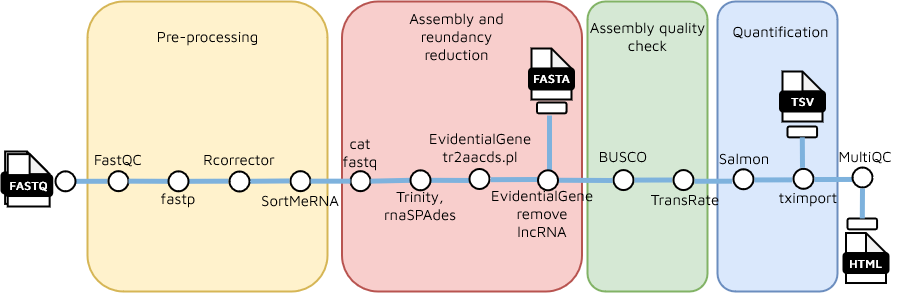
Before: docs/images/nf-core-pipeline-proposal.drawio.png, a diagram exported from draw.io (avani-bhojwani/TransFuse). Source tidied: cells renumbered, new cells last; positions are measured from the earlier drawing's top-left corner, leaving out a move shared by most shapes.
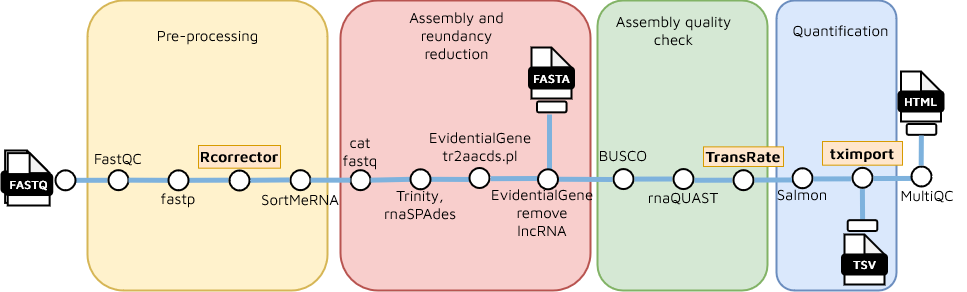
After the commit.

Diff of the diagram source:
```diff
@@ -3,30 +3,30 @@
     <mxCell id="0" />
     <mxCell id="1" parent="0" />
     <mxCell id="2" style="rounded=1;whiteSpace=wrap;html=1;strokeWidth=2;fillColor=#dae8fc;strokeColor=#6c8ebf;" parent="1" vertex="1">
-      <mxGeometry x="716" width="120" height="290" as="geometry" />
+      <mxGeometry x="861" y="150" width="120" height="290" as="geometry" />
     </mxCell>
     <mxCell id="3" style="rounded=1;whiteSpace=wrap;html=1;strokeWidth=2;fillColor=#d5e8d4;strokeColor=#82b366;" parent="1" vertex="1">
-      <mxGeometry x="586" width="120" height="290" as="geometry" />
+      <mxGeometry x="682" y="150" width="170" height="290" as="geometry" />
     </mxCell>
     <mxCell id="4" style="rounded=1;whiteSpace=wrap;html=1;strokeWidth=2;fillColor=#fff2cc;strokeColor=#d6b656;" parent="1" vertex="1">
-      <mxGeometry x="86" width="240" height="290" as="geometry" />
+      <mxGeometry x="172" y="150" width="240" height="290" as="geometry" />
     </mxCell>
     <mxCell id="5" style="endArrow=none;html=1;rounded=1;strokeWidth=5;strokeColor=#7EB2DD;fontColor=#000000;" parent="1" edge="1" source="28">
       <mxGeometry relative="1" as="geometry">
-        <mxPoint x="106" y="179.8" as="targetPoint" />
+        <mxPoint x="192" y="329.8" as="targetPoint" />
       </mxGeometry>
     </mxCell>
     <mxCell id="6" style="ellipse;whiteSpace=wrap;html=1;rounded=1;rotation=0;strokeWidth=2;fillColor=default;fontColor=#000000;" parent="1" vertex="1">
-      <mxGeometry x="107" y="169.7" width="20" height="20" as="geometry" />
+      <mxGeometry x="193" y="319.7" width="20" height="20" as="geometry" />
     </mxCell>
     <mxCell id="7" value="&lt;font style=&quot;font-size: 15px;&quot;&gt;FastQC&lt;/font&gt;" style="text;html=1;strokeColor=none;fillColor=none;align=center;verticalAlign=middle;whiteSpace=wrap;rounded=0;fontFamily=Maven Pro;fontSource=https%3A%2F%2Ffonts.googleapis.com%2Fcss%3Ffamily%3DMaven%2BPro;fontSize=15;fontColor=#000000;" parent="1" vertex="1">
-      <mxGeometry x="87" y="142.7" width="60" height="30" as="geometry" />
+      <mxGeometry x="173" y="292.7" width="60" height="30" as="geometry" />
     </mxCell>
     <mxCell id="8" value="&lt;font style=&quot;font-size: 15px;&quot;&gt;fastp&lt;/font&gt;" style="text;html=1;strokeColor=none;fillColor=none;align=center;verticalAlign=middle;whiteSpace=wrap;rounded=0;fontFamily=Maven Pro;fontSource=https%3A%2F%2Ffonts.googleapis.com%2Fcss%3Ffamily%3DMaven%2BPro;fontSize=15;fontColor=#000000;" parent="1" vertex="1">
-      <mxGeometry x="147" y="182.5" width="60" height="30" as="geometry" />
+      <mxGeometry x="233" y="332.5" width="60" height="30" as="geometry" />
     </mxCell>
     <mxCell id="9" style="group;fontSize=10;" parent="1" vertex="1">
-      <mxGeometry y="150" width="49.8" height="55" as="geometry" />
+      <mxGeometry x="86" y="300" width="49.8" height="55" as="geometry" />
     </mxCell>
     <mxCell id="10" style="shape=note;whiteSpace=wrap;html=1;backgroundOutline=1;darkOpacity=0.05;rounded=1;size=20;strokeWidth=2;" parent="9" vertex="1">
       <mxGeometry x="3.6" width="41.9" height="52.4" as="geometry" />
@@ -41,42 +41,42 @@
       <mxGeometry x="3.6" y="23.6" width="47.1" height="21" as="geometry" />
     </mxCell>
     <mxCell id="14" value="&lt;font style=&quot;font-size: 15px;&quot;&gt;SortMeRNA&lt;/font&gt;" style="text;html=1;strokeColor=none;fillColor=none;align=center;verticalAlign=middle;whiteSpace=wrap;rounded=0;fontFamily=Maven Pro;fontSource=https%3A%2F%2Ffonts.googleapis.com%2Fcss%3Ffamily%3DMaven%2BPro;fontSize=15;fontColor=#000000;" parent="1" vertex="1">
-      <mxGeometry x="269" y="183.5" width="60" height="30" as="geometry" />
+      <mxGeometry x="355" y="333.5" width="60" height="30" as="geometry" />
     </mxCell>
     <mxCell id="15" style="endArrow=none;html=1;rounded=1;strokeWidth=5;strokeColor=#7EB2DD;fontColor=#000000;" parent="1" edge="1" source="18">
       <mxGeometry relative="1" as="geometry">
-        <mxPoint x="227" y="179.7" as="targetPoint" />
+        <mxPoint x="313" y="329.7" as="targetPoint" />
       </mxGeometry>
     </mxCell>
     <mxCell id="16" style="ellipse;whiteSpace=wrap;html=1;rounded=1;rotation=0;strokeWidth=2;fillColor=default;fontColor=#000000;" parent="1" vertex="1">
-      <mxGeometry x="289" y="169.7" width="20" height="20" as="geometry" />
+      <mxGeometry x="375" y="319.7" width="20" height="20" as="geometry" />
     </mxCell>
     <mxCell id="17" style="endArrow=none;html=1;rounded=1;strokeWidth=5;strokeColor=#7EB2DD;fontColor=#000000;" parent="1" edge="1" source="6" target="18">
       <mxGeometry relative="1" as="geometry" />
     </mxCell>
     <mxCell id="18" style="ellipse;whiteSpace=wrap;html=1;rounded=1;rotation=0;strokeWidth=2;fillColor=default;fontColor=#000000;" parent="1" vertex="1">
-      <mxGeometry x="167" y="169.8" width="20" height="20" as="geometry" />
+      <mxGeometry x="253" y="319.8" width="20" height="20" as="geometry" />
     </mxCell>
     <mxCell id="19" value="&lt;div style=&quot;font-size: 15px;&quot;&gt;&lt;font style=&quot;font-size: 15px;&quot;&gt;BUSCO&lt;/font&gt;&lt;br style=&quot;font-size: 15px;&quot;&gt;&lt;/div&gt;" style="text;html=1;strokeColor=none;fillColor=none;align=center;verticalAlign=middle;whiteSpace=wrap;rounded=0;fontFamily=Maven Pro;fontSource=https%3A%2F%2Ffonts.googleapis.com%2Fcss%3Ffamily%3DMaven%2BPro;fontSize=15;fontColor=#000000;" parent="1" vertex="1">
-      <mxGeometry x="582" y="137.2" width="80" height="35.5" as="geometry" />
+      <mxGeometry x="668" y="287.2" width="80" height="35.5" as="geometry" />
     </mxCell>
     <mxCell id="20" style="ellipse;whiteSpace=wrap;html=1;rounded=1;rotation=0;strokeWidth=2;fillColor=default;fontColor=#000000;" parent="1" vertex="1">
-      <mxGeometry x="612" y="168.6" width="20" height="20" as="geometry" />
+      <mxGeometry x="698" y="318.6" width="20" height="20" as="geometry" />
     </mxCell>
     <mxCell id="21" style="ellipse;whiteSpace=wrap;html=1;rounded=1;rotation=0;strokeWidth=2;fillColor=default;fontColor=#000000;" parent="1" vertex="1">
-      <mxGeometry x="672" y="168.6" width="20" height="20" as="geometry" />
+      <mxGeometry x="758" y="318.6" width="20" height="20" as="geometry" />
     </mxCell>
-    <mxCell id="22" value="&lt;div style=&quot;font-size: 15px;&quot;&gt;TransRate&lt;br style=&quot;font-size: 15px;&quot;&gt;&lt;/div&gt;" style="text;html=1;strokeColor=none;fillColor=none;align=center;verticalAlign=middle;whiteSpace=wrap;rounded=0;fontFamily=Maven Pro;fontSource=https%3A%2F%2Ffonts.googleapis.com%2Fcss%3Ffamily%3DMaven%2BPro;fontSize=15;fontColor=#000000;" parent="1" vertex="1">
-      <mxGeometry x="643.5" y="179.8" width="80" height="35.5" as="geometry" />
+    <mxCell id="22" value="&lt;div style=&quot;font-size: 15px;&quot;&gt;&lt;b&gt;TransRate&lt;/b&gt;&lt;br style=&quot;font-size: 15px;&quot;&gt;&lt;/div&gt;" style="text;html=1;strokeColor=#d79b00;fillColor=#ffe6cc;align=center;verticalAlign=middle;whiteSpace=wrap;rounded=0;fontFamily=Maven Pro;fontSource=https%3A%2F%2Ffonts.googleapis.com%2Fcss%3Ffamily%3DMaven%2BPro;fontSize=15;" parent="1" vertex="1">
+      <mxGeometry x="788" y="296.4" width="80" height="19.6" as="geometry" />
     </mxCell>
     <mxCell id="23" value="&lt;div style=&quot;font-size: 15px;&quot;&gt;&lt;font style=&quot;font-size: 15px;&quot;&gt;MultiQC&lt;/font&gt;&lt;br style=&quot;font-size: 15px;&quot;&gt;&lt;/div&gt;" style="text;html=1;strokeColor=none;fillColor=none;align=center;verticalAlign=middle;whiteSpace=wrap;rounded=0;fontFamily=Maven Pro;fontSource=https%3A%2F%2Ffonts.googleapis.com%2Fcss%3Ffamily%3DMaven%2BPro;fontSize=15;fontColor=#000000;" parent="1" vertex="1">
-      <mxGeometry x="823.5" y="137.5" width="80" height="35.5" as="geometry" />
+      <mxGeometry x="971.5" y="327" width="80" height="35.5" as="geometry" />
     </mxCell>
     <mxCell id="24" style="ellipse;whiteSpace=wrap;html=1;rounded=1;rotation=0;strokeWidth=2;fillColor=default;fontColor=#000000;" parent="1" vertex="1">
-      <mxGeometry x="732" y="167.7" width="20" height="20" as="geometry" />
+      <mxGeometry x="877" y="317.7" width="20" height="20" as="geometry" />
     </mxCell>
     <mxCell id="25" style="group;" parent="1" vertex="1">
-      <mxGeometry x="842" y="231.5" width="45" height="50" as="geometry" />
+      <mxGeometry x="983" y="221" width="45" height="50" as="geometry" />
     </mxCell>
     <mxCell id="26" style="shape=note;whiteSpace=wrap;html=1;backgroundOutline=1;darkOpacity=0.05;rounded=1;size=20;strokeWidth=2;" parent="25" vertex="1">
       <mxGeometry x="2.5" width="40" height="50" as="geometry" />
@@ -85,73 +85,70 @@
       <mxGeometry y="20" width="45" height="20" as="geometry" />
     </mxCell>
     <mxCell id="28" style="ellipse;whiteSpace=wrap;html=1;rounded=1;rotation=0;strokeWidth=2;" parent="1" vertex="1">
-      <mxGeometry x="54" y="169.8" width="20" height="20" as="geometry" />
+      <mxGeometry x="140" y="319.8" width="20" height="20" as="geometry" />
     </mxCell>
     <mxCell id="29" style="endArrow=none;html=1;rounded=1;strokeWidth=5;strokeColor=#7EB2DD;fontColor=#000000;" parent="1" edge="1">
       <mxGeometry relative="1" as="geometry">
-        <mxPoint x="248" y="179.8" as="sourcePoint" />
-        <mxPoint x="288" y="179.4" as="targetPoint" />
+        <mxPoint x="334" y="329.8" as="sourcePoint" />
+        <mxPoint x="374" y="329.4" as="targetPoint" />
       </mxGeometry>
     </mxCell>
     <mxCell id="30" style="ellipse;whiteSpace=wrap;html=1;rounded=1;rotation=0;strokeWidth=2;fillColor=default;fontColor=#000000;" parent="1" vertex="1">
-      <mxGeometry x="228" y="170" width="20" height="20" as="geometry" />
+      <mxGeometry x="314" y="320" width="20" height="20" as="geometry" />
     </mxCell>
-    <mxCell id="31" value="Rcorrector" style="text;html=1;strokeColor=none;fillColor=none;align=center;verticalAlign=middle;whiteSpace=wrap;rounded=0;fontFamily=Maven Pro;fontSource=https%3A%2F%2Ffonts.googleapis.com%2Fcss%3Ffamily%3DMaven%2BPro;fontSize=15;fontColor=#000000;" parent="1" vertex="1">
-      <mxGeometry x="208" y="142.7" width="60" height="30" as="geometry" />
+    <mxCell id="31" value="Rcorrector" style="text;html=1;strokeColor=#d79b00;fillColor=#ffe6cc;align=center;verticalAlign=middle;whiteSpace=wrap;rounded=0;fontFamily=Maven Pro;fontSource=https%3A%2F%2Ffonts.googleapis.com%2Fcss%3Ffamily%3DMaven%2BPro;fontSize=15;fontStyle=1;" parent="1" vertex="1">
+      <mxGeometry x="283" y="295" width="82" height="22.7" as="geometry" />
     </mxCell>
-    <mxCell id="32" style="group;rotation=0;" parent="1" vertex="1">
-      <mxGeometry x="786" y="126" width="29.6" height="37.2" as="geometry" />
-    </mxCell>
-    <mxCell id="33" style="rounded=1;whiteSpace=wrap;html=1;strokeWidth=2;direction=south;fontColor=#000000;rotation=0;" parent="32" vertex="1">
-      <mxGeometry y="-1" width="29.6" height="10.8" as="geometry" />
-    </mxCell>
     <mxCell id="34" style="shape=note;whiteSpace=wrap;html=1;backgroundOutline=1;darkOpacity=0.05;rounded=1;size=20;strokeWidth=2;" parent="1" vertex="1">
-      <mxGeometry x="781" y="70" width="40" height="50" as="geometry" />
+      <mxGeometry x="929" y="384" width="40" height="50" as="geometry" />
     </mxCell>
     <mxCell id="35" value="&lt;font color=&quot;#ffffff&quot; face=&quot;Maven Pro&quot;&gt;&lt;b&gt;TSV&lt;/b&gt;&lt;/font&gt;" style="rounded=1;whiteSpace=wrap;html=1;strokeWidth=2;fillColor=#000000;" parent="1" vertex="1">
-      <mxGeometry x="778.5" y="90" width="45" height="20" as="geometry" />
+      <mxGeometry x="926.5" y="404" width="45" height="20" as="geometry" />
     </mxCell>
     <mxCell id="36" value="&lt;div style=&quot;font-size: 15px;&quot;&gt;&lt;font style=&quot;font-size: 15px;&quot;&gt;Salmon&lt;/font&gt;&lt;br style=&quot;font-size: 15px;&quot;&gt;&lt;/div&gt;" style="text;html=1;strokeColor=none;fillColor=none;align=center;verticalAlign=middle;whiteSpace=wrap;rounded=0;fontFamily=Maven Pro;fontSource=https%3A%2F%2Ffonts.googleapis.com%2Fcss%3Ffamily%3DMaven%2BPro;fontSize=15;fontColor=#000000;" parent="1" vertex="1">
-      <mxGeometry x="703" y="139.2" width="80" height="35.5" as="geometry" />
+      <mxGeometry x="847" y="325.8" width="80" height="35.5" as="geometry" />
     </mxCell>
     <mxCell id="37" style="endArrow=none;html=1;rounded=1;strokeWidth=5;strokeColor=#7EB2DD;fontColor=#000000;entryX=-0.042;entryY=0.499;entryDx=0;entryDy=0;entryPerimeter=0;" parent="1" edge="1">
       <mxGeometry relative="1" as="geometry">
-        <mxPoint x="633" y="178.6" as="sourcePoint" />
-        <mxPoint x="670.5" y="178.5" as="targetPoint" />
+        <mxPoint x="719" y="328.6" as="sourcePoint" />
+        <mxPoint x="756.5" y="328.5" as="targetPoint" />
       </mxGeometry>
     </mxCell>
     <mxCell id="38" style="endArrow=none;html=1;rounded=1;strokeWidth=5;strokeColor=#7EB2DD;fontColor=#000000;entryX=-0.042;entryY=0.499;entryDx=0;entryDy=0;entryPerimeter=0;" parent="1" edge="1">
       <mxGeometry relative="1" as="geometry">
-        <mxPoint x="693" y="179.8" as="sourcePoint" />
-        <mxPoint x="730.5" y="179.7" as="targetPoint" />
+        <mxPoint x="779" y="329.8" as="sourcePoint" />
+        <mxPoint x="816.5" y="329.7" as="targetPoint" />
       </mxGeometry>
     </mxCell>
-    <mxCell id="39" value="&lt;div style=&quot;font-size: 15px;&quot;&gt;tximport&lt;br style=&quot;font-size: 15px;&quot;&gt;&lt;/div&gt;" style="text;html=1;strokeColor=none;fillColor=none;align=center;verticalAlign=middle;whiteSpace=wrap;rounded=0;fontFamily=Maven Pro;fontSource=https%3A%2F%2Ffonts.googleapis.com%2Fcss%3Ffamily%3DMaven%2BPro;fontSize=15;fontColor=#000000;" parent="1" vertex="1">
-      <mxGeometry x="767" y="178" width="80" height="35.5" as="geometry" />
+    <mxCell id="39" value="&lt;div style=&quot;font-size: 15px;&quot;&gt;&lt;b&gt;tximport&lt;/b&gt;&lt;br style=&quot;font-size: 15px;&quot;&gt;&lt;/div&gt;" style="text;html=1;strokeColor=#d79b00;fillColor=#ffe6cc;align=center;verticalAlign=middle;whiteSpace=wrap;rounded=0;fontFamily=Maven Pro;fontSource=https%3A%2F%2Ffonts.googleapis.com%2Fcss%3Ffamily%3DMaven%2BPro;fontSize=15;" parent="1" vertex="1">
+      <mxGeometry x="907" y="291" width="80" height="23.7" as="geometry" />
     </mxCell>
     <mxCell id="40" style="endArrow=none;html=1;rounded=1;strokeWidth=5;strokeColor=#7EB2DD;fontColor=#000000;entryX=-0.042;entryY=0.499;entryDx=0;entryDy=0;entryPerimeter=0;" parent="1" edge="1">
       <mxGeometry relative="1" as="geometry">
-        <mxPoint x="753" y="178.4" as="sourcePoint" />
-        <mxPoint x="790.5" y="178.4" as="targetPoint" />
+        <mxPoint x="898" y="328.4" as="sourcePoint" />
+        <mxPoint x="935.5" y="328.4" as="targetPoint" />
       </mxGeometry>
     </mxCell>
     <mxCell id="41" style="ellipse;whiteSpace=wrap;html=1;rounded=1;rotation=0;strokeWidth=2;fillColor=default;fontColor=#000000;" parent="1" vertex="1">
-      <mxGeometry x="792" y="167.3" width="20" height="20" as="geometry" />
+      <mxGeometry x="937" y="317.3" width="20" height="20" as="geometry" />
     </mxCell>
     <mxCell id="42" style="endArrow=none;html=1;rounded=1;strokeWidth=5;strokeColor=#7EB2DD;fontColor=#000000;entryX=-0.042;entryY=0.499;entryDx=0;entryDy=0;entryPerimeter=0;" parent="1" edge="1">
       <mxGeometry relative="1" as="geometry">
-        <mxPoint x="813" y="178" as="sourcePoint" />
-        <mxPoint x="850.5" y="177.9" as="targetPoint" />
+        <mxPoint x="958" y="328" as="sourcePoint" />
+        <mxPoint x="995.5" y="327.9" as="targetPoint" />
       </mxGeometry>
     </mxCell>
     <mxCell id="43" style="ellipse;whiteSpace=wrap;html=1;rounded=1;rotation=0;strokeWidth=2;fillColor=default;fontColor=#000000;" parent="1" vertex="1">
-      <mxGeometry x="851" y="166" width="20" height="20" as="geometry" />
+      <mxGeometry x="996" y="316" width="20" height="20" as="geometry" />
     </mxCell>
-    <mxCell id="44" style="endArrow=none;html=1;rounded=1;strokeWidth=5;strokeColor=#7EB2DD;fontColor=#000000;entryX=0.45;entryY=-0.052;entryDx=0;entryDy=0;entryPerimeter=0;" parent="1" edge="1" source="33" target="41">
-      <mxGeometry relative="1" as="geometry" />
+    <mxCell id="44" style="endArrow=none;html=1;rounded=1;strokeWidth=5;strokeColor=#7EB2DD;fontColor=#000000;entryX=0.45;entryY=-0.052;entryDx=0;entryDy=0;entryPerimeter=0;" parent="1" edge="1">
+      <mxGeometry relative="1" as="geometry">
+        <mxPoint x="946.9" y="338.6" as="sourcePoint" />
+        <mxPoint x="947.1" y="369" as="targetPoint" />
+      </mxGeometry>
     </mxCell>
     <mxCell id="45" style="group;rotation=-180;" parent="1" vertex="1">
-      <mxGeometry x="846" y="190" width="29.6" height="40" as="geometry" />
+      <mxGeometry x="991.2" y="246.5" width="29.6" height="40" as="geometry" />
     </mxCell>
     <mxCell id="46" style="group;rotation=-180;" parent="45" vertex="1">
       <mxGeometry width="29.6" height="37.2" as="geometry" />
@@ -159,19 +156,14 @@
     <mxCell id="47" style="rounded=1;whiteSpace=wrap;html=1;strokeWidth=2;direction=south;fontColor=#000000;rotation=-180;" parent="46" vertex="1">
       <mxGeometry y="27" width="29.6" height="10.8" as="geometry" />
     </mxCell>
-    <mxCell id="48" style="endArrow=none;html=1;rounded=1;strokeWidth=5;strokeColor=#7EB2DD;fontColor=#000000;entryX=0.45;entryY=-0.052;entryDx=0;entryDy=0;entryPerimeter=0;" parent="45" edge="1" source="47">
-      <mxGeometry relative="1" as="geometry">
-        <mxPoint x="15" y="-3" as="targetPoint" />
-      </mxGeometry>
-    </mxCell>
     <mxCell id="49" value="Pre-processing" style="text;html=1;strokeColor=none;fillColor=none;align=center;verticalAlign=middle;whiteSpace=wrap;rounded=0;fontFamily=Maven Pro;fontSource=https%3A%2F%2Ffonts.googleapis.com%2Fcss%3Ffamily%3DMaven%2BPro;fontSize=15;fontColor=#000000;" parent="1" vertex="1">
-      <mxGeometry x="147" y="20" width="119" height="30" as="geometry" />
+      <mxGeometry x="233" y="170" width="119" height="30" as="geometry" />
     </mxCell>
     <mxCell id="50" style="group;" parent="1" vertex="1">
-      <mxGeometry x="329" y="40" width="282" height="250" as="geometry" />
+      <mxGeometry x="415" y="190" width="282" height="250" as="geometry" />
     </mxCell>
     <mxCell id="51" style="rounded=1;whiteSpace=wrap;html=1;strokeWidth=2;fillColor=#f8cecc;strokeColor=#b85450;" parent="50" vertex="1">
-      <mxGeometry x="11.5" y="-40" width="240" height="290" as="geometry" />
+      <mxGeometry x="10" y="-40" width="250" height="290" as="geometry" />
     </mxCell>
     <mxCell id="52" style="group;" parent="50" vertex="1">
       <mxGeometry x="201.5" width="50" height="250" as="geometry" />
@@ -244,10 +236,31 @@
       <mxGeometry relative="1" as="geometry" />
     </mxCell>
     <mxCell id="72" value="Assembly quality check" style="text;html=1;strokeColor=none;fillColor=none;align=center;verticalAlign=middle;whiteSpace=wrap;rounded=0;fontFamily=Maven Pro;fontSource=https%3A%2F%2Ffonts.googleapis.com%2Fcss%3Ffamily%3DMaven%2BPro;fontSize=15;fontColor=#000000;" parent="1" vertex="1">
-      <mxGeometry x="586.5" y="20" width="119" height="30" as="geometry" />
+      <mxGeometry x="699" y="165" width="119" height="30" as="geometry" />
     </mxCell>
     <mxCell id="73" value="Quantification" style="text;html=1;strokeColor=none;fillColor=none;align=center;verticalAlign=middle;whiteSpace=wrap;rounded=0;fontFamily=Maven Pro;fontSource=https%3A%2F%2Ffonts.googleapis.com%2Fcss%3Ffamily%3DMaven%2BPro;fontSize=15;fontColor=#000000;" parent="1" vertex="1">
-      <mxGeometry x="720.5" y="15" width="119" height="30" as="geometry" />
+      <mxGeometry x="865.5" y="165" width="119" height="30" as="geometry" />
     </mxCell>
+    <mxCell id="74" style="ellipse;whiteSpace=wrap;html=1;rounded=1;rotation=0;strokeWidth=2;fillColor=default;fontColor=#000000;" parent="1" vertex="1">
+      <mxGeometry x="818" y="319.7" width="20" height="20" as="geometry" />
+    </mxCell>
+    <mxCell id="75" value="&lt;div style=&quot;font-size: 15px;&quot;&gt;rnaQUAST&lt;br style=&quot;font-size: 15px;&quot;&gt;&lt;/div&gt;" style="text;html=1;strokeColor=none;fillColor=none;align=center;verticalAlign=middle;whiteSpace=wrap;rounded=0;fontFamily=Maven Pro;fontSource=https%3A%2F%2Ffonts.googleapis.com%2Fcss%3Ffamily%3DMaven%2BPro;fontSize=15;fontColor=#000000;" parent="1" vertex="1">
+      <mxGeometry x="728" y="329.2" width="80" height="35.5" as="geometry" />
+    </mxCell>
+    <mxCell id="76" style="endArrow=none;html=1;rounded=1;strokeWidth=5;strokeColor=#7EB2DD;fontColor=#000000;entryX=-0.042;entryY=0.499;entryDx=0;entryDy=0;entryPerimeter=0;" parent="1" edge="1">
+      <mxGeometry relative="1" as="geometry">
+        <mxPoint x="839" y="329.5" as="sourcePoint" />
+        <mxPoint x="876.5" y="329.5" as="targetPoint" />
+      </mxGeometry>
+    </mxCell>
+    <mxCell id="33" style="rounded=1;whiteSpace=wrap;html=1;strokeWidth=2;direction=south;fontColor=#000000;rotation=0;" parent="1" vertex="1">
+      <mxGeometry x="932.2" y="369.7" width="29.6" height="10.8" as="geometry" />
+    </mxCell>
+    <mxCell id="48" style="endArrow=none;html=1;rounded=1;strokeWidth=5;strokeColor=#7EB2DD;fontColor=#000000;entryX=0.45;entryY=-0.052;entryDx=0;entryDy=0;entryPerimeter=0;" parent="1" edge="1">
+      <mxGeometry relative="1" as="geometry">
+        <mxPoint x="1005.7" y="315" as="sourcePoint" />
+        <mxPoint x="1005.9" y="285" as="targetPoint" />
+      </mxGeometry>
+    </mxCell>
   </root>
 </mxGraphModel>
```
